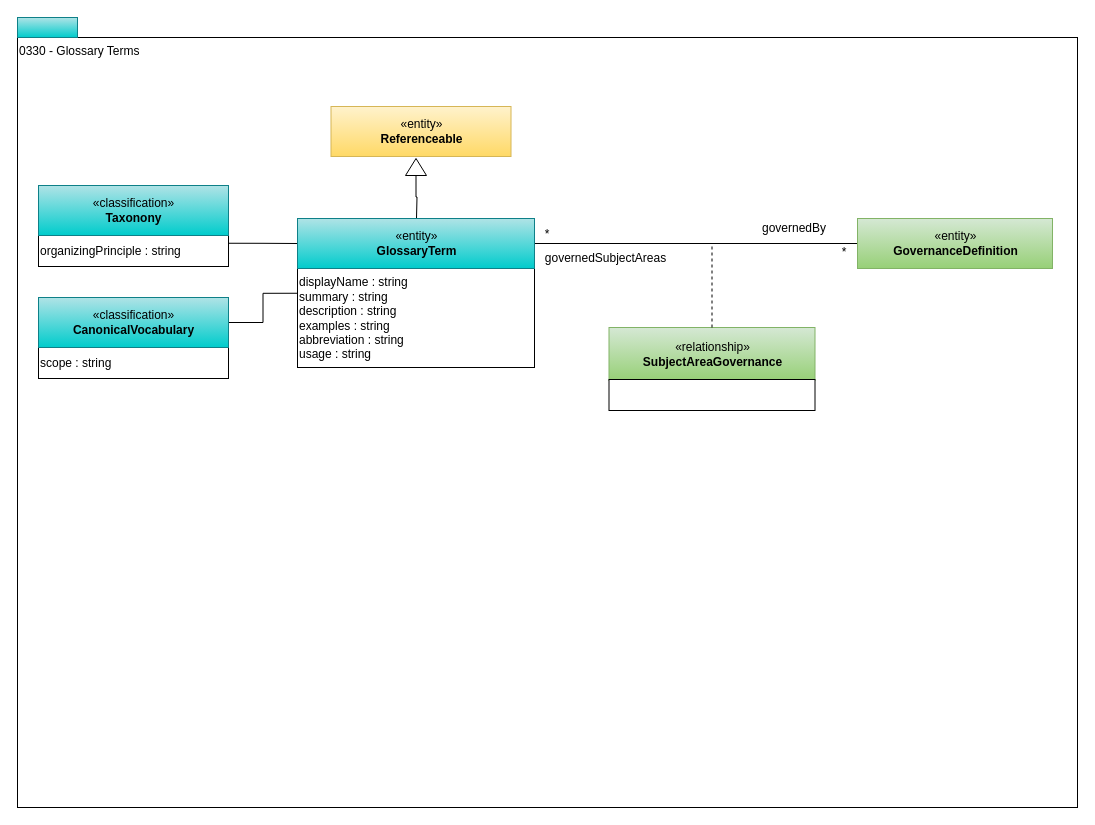
Earlier version of the draw.io diagram page "0330-Terms" (4 of 11) of open-metadata-publication/website/open-metadata-types/area-3-glossary.drawio (odpi/egeria). Source tidied: cells renumbered, new cells numbered last; positions are measured from the earlier drawing's top-left corner, leaving out a move shared by most shapes. Both pictures are drawn from the tidied source at 100%, with x=0, y=0 at pixel (17, 17).
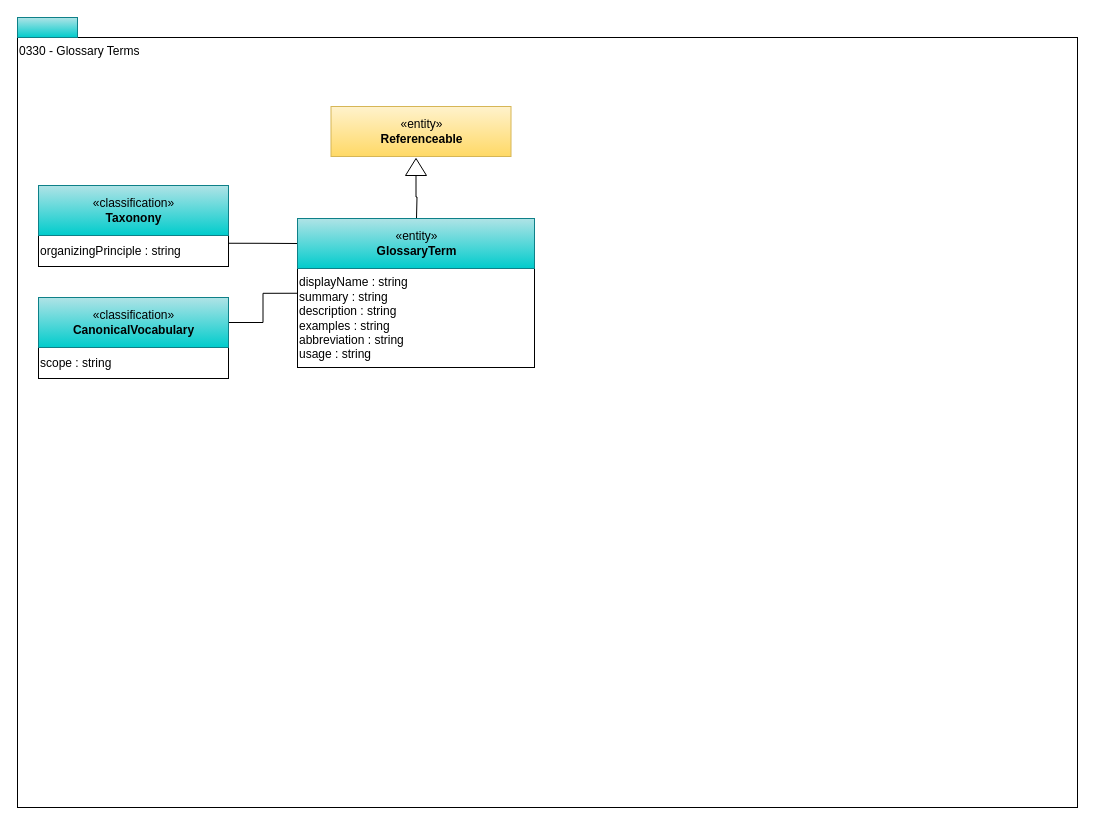
The same diagram, later.

Change to the diagram source:
```diff
@@
-    <mxCell id="10" style="edgeStyle=orthogonalEdgeStyle;rounded=0;html=1;exitX=1;exitY=0.5;entryX=0;entryY=0.5;jettySize=auto;orthogonalLoop=1;endArrow=none;endFill=0;" parent="1" edge="1">
-      <mxGeometry relative="1" as="geometry">
-        <mxPoint x="517.5" y="226" as="sourcePoint" />
-        <mxPoint x="839.5" y="226" as="targetPoint" />
-      </mxGeometry>
-    </mxCell>
-    <mxCell id="11" value="*" style="text;html=1;strokeColor=none;fillColor=none;align=center;verticalAlign=middle;whiteSpace=wrap;rounded=0;" parent="1" vertex="1">
-      <mxGeometry x="813.5" y="226" width="26" height="18" as="geometry" />
-    </mxCell>
-    <mxCell id="12" value="«relationship»&lt;br&gt;&lt;b&gt;SubjectAreaGovernance&lt;/b&gt;" style="html=1;strokeColor=#82b366;align=center;fillColor=#d5e8d4;gradientColor=#97d077;" parent="1" vertex="1">
-      <mxGeometry x="591.5" y="310" width="206" height="53" as="geometry" />
-    </mxCell>
-    <mxCell id="13" style="endArrow=none;dashed=1;html=1;" parent="1" edge="1" target="12">
-      <mxGeometry relative="1" as="geometry">
-        <mxPoint x="694.5" y="229" as="sourcePoint" />
-      </mxGeometry>
-    </mxCell>
-    <mxCell id="14" style="rounded=0;whiteSpace=wrap;html=1;strokeColor=#000000;gradientColor=#ffffff;align=left;" parent="1" vertex="1">
-      <mxGeometry x="591.5" y="362" width="206" height="31" as="geometry" />
-    </mxCell>
-    <mxCell id="15" value="governedBy" style="text;html=1;strokeColor=none;fillColor=none;align=center;verticalAlign=middle;whiteSpace=wrap;rounded=0;" parent="1" vertex="1">
-      <mxGeometry x="713.5" y="201" width="126" height="20" as="geometry" />
-    </mxCell>
-    <mxCell id="16" value="governedSubjectAreas" style="text;html=1;strokeColor=none;fillColor=none;align=center;verticalAlign=middle;whiteSpace=wrap;rounded=0;" parent="1" vertex="1">
-      <mxGeometry x="521" y="231" width="135" height="20" as="geometry" />
-    </mxCell>
-    <mxCell id="17" value="*" style="text;html=1;strokeColor=none;fillColor=none;align=center;verticalAlign=middle;whiteSpace=wrap;rounded=0;" parent="1" vertex="1">
-      <mxGeometry x="517" y="208" width="26" height="18" as="geometry" />
-    </mxCell>
-    <mxCell id="18" value="«entity»&lt;br&gt;&lt;b&gt;GovernanceDefinition&lt;/b&gt;" style="html=1;strokeColor=#82b366;align=center;fillColor=#d5e8d4;gradientColor=#97d077;" parent="1" vertex="1">
-      <mxGeometry x="840" y="201" width="195" height="50" as="geometry" />
-    </mxCell>
```
